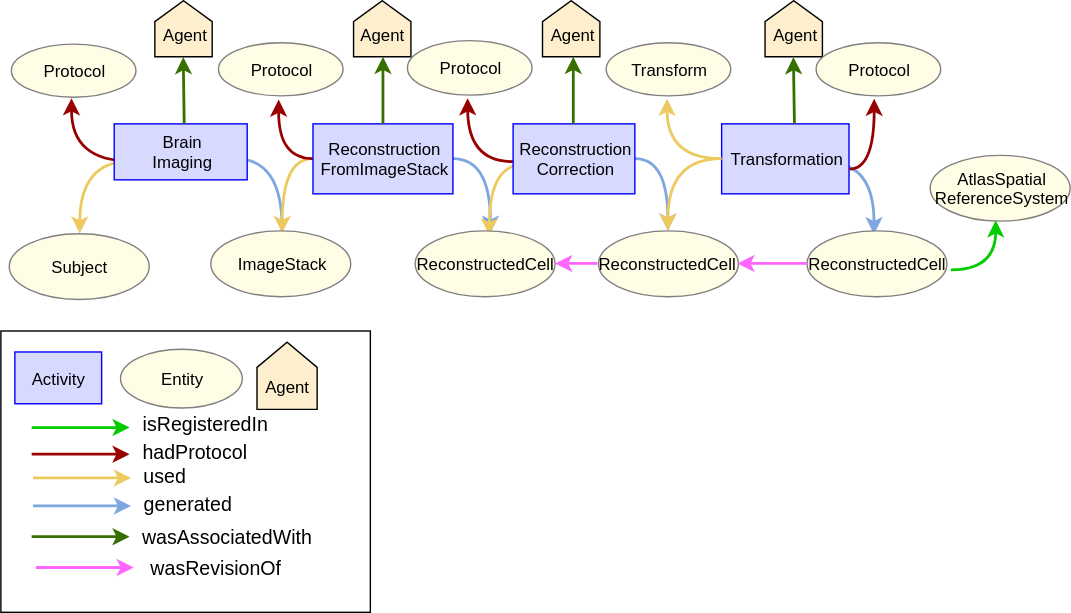
Above: provpatterns/assets/transform-morphology-atlas-space-prov-template.svg in INCF/neuroshapes (draw.io), before the change. Source tidied: cells renumbered, new cells last; positions are measured from the earlier drawing's top-left corner, leaving out a move shared by most shapes.
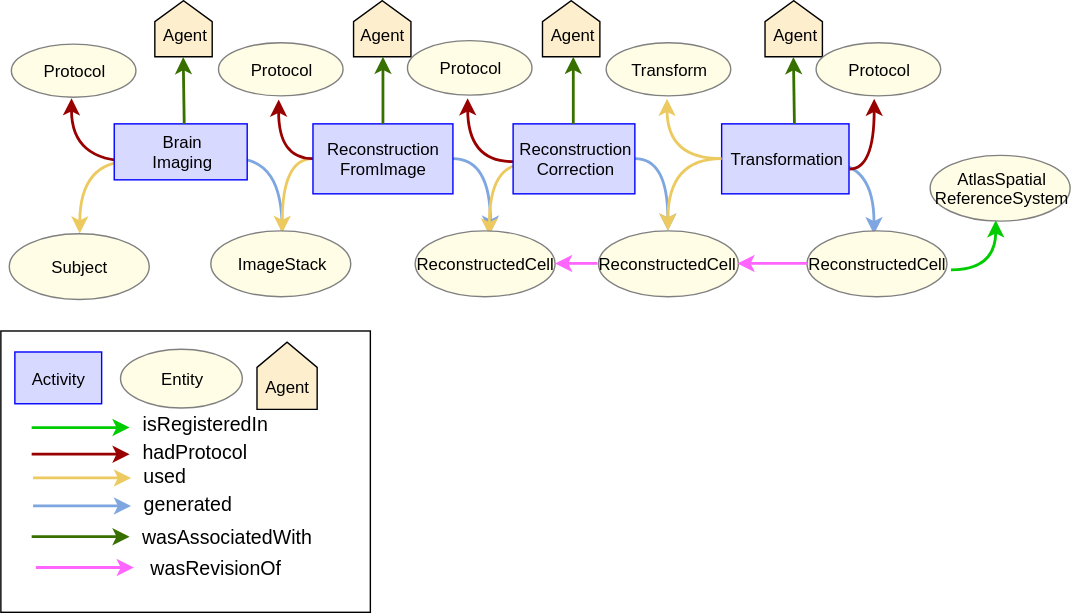
The same diagram one commit later.

Commit message:
Added targetClass assertion to transformation schema

What changed in the source:
```diff
@@ -59,7 +59,7 @@
     <mxCell id="12" value="Brain&lt;br&gt;Imaging&lt;br&gt;" style="rounded=0;whiteSpace=wrap;html=1;strokeColor=#0000ff;fillColor=#d8d9fe;fontSize=12;" parent="1" vertex="1">
       <mxGeometry x="81" y="88" width="95" height="40" as="geometry" />
     </mxCell>
-    <mxCell id="13" value="Reconstruction&lt;br&gt;FromImageStack&lt;br&gt;" style="rounded=0;whiteSpace=wrap;html=1;strokeColor=#0000ff;fillColor=#d8d9fe;fontSize=12;" parent="1" vertex="1">
+    <mxCell id="13" value="Reconstruction&lt;br&gt;FromImage&lt;br&gt;" style="rounded=0;whiteSpace=wrap;html=1;strokeColor=#0000ff;fillColor=#d8d9fe;fontSize=12;" parent="1" vertex="1">
       <mxGeometry x="223" y="88" width="100" height="50" as="geometry" />
     </mxCell>
     <mxCell id="14" value="Reconstruction&lt;div&gt;Correction&lt;/div&gt;" style="rounded=0;whiteSpace=wrap;html=1;strokeColor=#0000ff;fillColor=#d8d9fe;fontSize=12;" parent="1" vertex="1">
```
